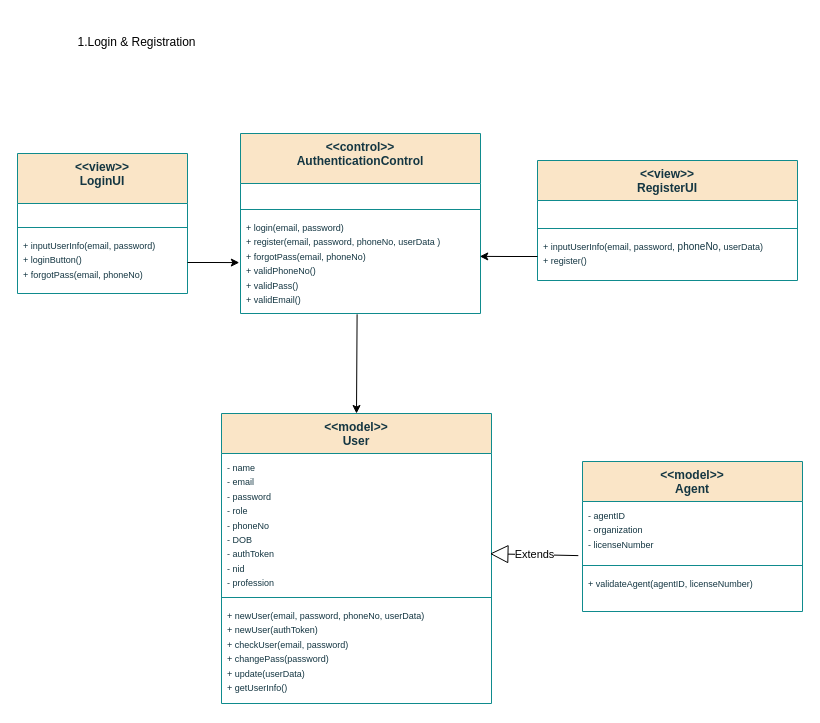
This is page "1. Login and Registration" (1 of 17) of Untitled Diagram.drawio from TH-014/CSE_326, a draw.io file, before an edit. Source tidied: cells renumbered, new cells numbered last; positions are measured from the earlier drawing's top-left corner, leaving out a move shared by most shapes. Both pictures are drawn from the tidied source at 100%, with x=0, y=0 at pixel (17, 17).
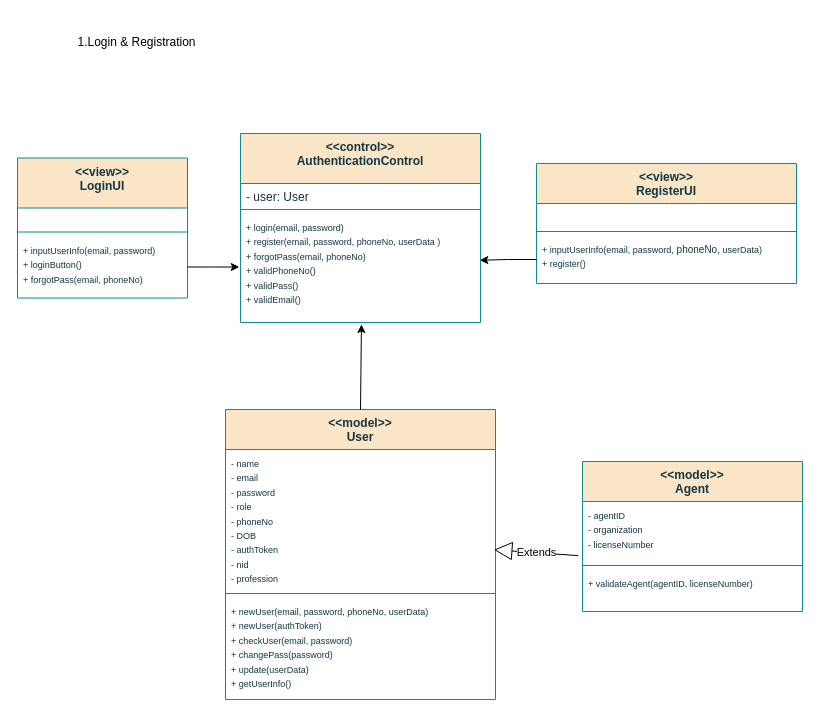
Above is the later version.

The edit, as a diff of the source:
```diff
@@
     <mxCell id="2" value="&amp;lt;&amp;lt;control&amp;gt;&amp;gt;&lt;br&gt;AuthenticationControl" style="swimlane;fontStyle=1;align=center;verticalAlign=top;horizontal=1;startSize=50;whiteSpace=wrap;html=1;labelBackgroundColor=none;fillColor=#FAE5C7;strokeColor=#0F8B8D;fontColor=#143642;" parent="1" vertex="1">
-      <mxGeometry x="223" y="116" width="240" height="180" as="geometry" />
+      <mxGeometry x="223" y="116" width="240" height="189" as="geometry" />
     </mxCell>
-    <mxCell id="3" value="&lt;br&gt;" style="text;strokeColor=none;fillColor=none;align=left;verticalAlign=top;spacingLeft=4;spacingRight=4;overflow=hidden;whiteSpace=wrap;html=1;labelBackgroundColor=none;fontColor=#143642;" parent="2" vertex="1">
+    <mxCell id="3" value="- user: User" style="text;strokeColor=none;fillColor=none;align=left;verticalAlign=top;spacingLeft=4;spacingRight=4;overflow=hidden;whiteSpace=wrap;html=1;labelBackgroundColor=none;fontColor=#143642;" parent="2" vertex="1">
       <mxGeometry y="50" width="240" height="22" as="geometry" />
     </mxCell>
@@
     <mxCell id="5" value="&lt;font style=&quot;&quot;&gt;&lt;font style=&quot;font-size: 9px;&quot;&gt;+ login(email, password)&lt;br&gt;+ register(email, password,&amp;nbsp;phoneNo, userData&amp;nbsp;)&lt;br&gt;+ forgotPass(email, phoneNo)&amp;nbsp;&lt;/font&gt;&lt;br&gt;&lt;/font&gt;&lt;div&gt;&lt;span style=&quot;font-size: 9px;&quot;&gt;+ validPhoneNo()&lt;/span&gt;&lt;/div&gt;&lt;div&gt;&lt;span style=&quot;font-size: 9px;&quot;&gt;+ validPass()&lt;/span&gt;&lt;span style=&quot;font-size: 9px;&quot;&gt;&lt;/span&gt;&lt;/div&gt;&lt;div&gt;&lt;span style=&quot;font-size: 9px;&quot;&gt;+ validEmail()&lt;/span&gt;&lt;span style=&quot;font-size: 9px;&quot;&gt;&lt;/span&gt;&lt;/div&gt;" style="text;strokeColor=none;fillColor=none;align=left;verticalAlign=top;spacingLeft=4;spacingRight=4;overflow=hidden;points=[[0,0.5],[1,0.5]];portConstraint=eastwest;whiteSpace=wrap;html=1;labelBackgroundColor=none;fontColor=#143642;" parent="2" vertex="1">
-      <mxGeometry y="80" width="240" height="100" as="geometry" />
+      <mxGeometry y="80" width="240" height="109" as="geometry" />
     </mxCell>
     <mxCell id="6" value="&amp;lt;&amp;lt;view&amp;gt;&amp;gt;&lt;br&gt;LoginUI" style="swimlane;fontStyle=1;align=center;verticalAlign=top;horizontal=1;startSize=50;whiteSpace=wrap;html=1;labelBackgroundColor=none;fillColor=#FAE5C7;strokeColor=#0F8B8D;fontColor=#143642;" parent="1" vertex="1">
-      <mxGeometry y="136" width="170" height="140" as="geometry" />
+      <mxGeometry y="140.5" width="170" height="140" as="geometry" />
     </mxCell>
@@
     <mxCell id="10" value="&amp;lt;&amp;lt;model&amp;gt;&amp;gt;&lt;br&gt;User" style="swimlane;fontStyle=1;align=center;verticalAlign=top;horizontal=1;startSize=40;whiteSpace=wrap;html=1;labelBackgroundColor=none;fillColor=#FAE5C7;strokeColor=#0F8B8D;fontColor=#143642;" parent="1" vertex="1">
-      <mxGeometry x="204" y="396" width="270" height="290" as="geometry" />
+      <mxGeometry x="208" y="392" width="270" height="290" as="geometry" />
     </mxCell>
@@
     <mxCell id="15" value="&amp;lt;&amp;lt;view&amp;gt;&amp;gt;&lt;br style=&quot;border-color: var(--border-color);&quot;&gt;RegisterUI" style="swimlane;fontStyle=1;align=center;verticalAlign=top;horizontal=1;startSize=40;whiteSpace=wrap;html=1;labelBackgroundColor=none;fillColor=#FAE5C7;strokeColor=#0F8B8D;fontColor=#143642;" parent="1" vertex="1">
-      <mxGeometry x="520" y="143" width="260" height="120" as="geometry" />
+      <mxGeometry x="519" y="146" width="260" height="120" as="geometry" />
     </mxCell>
@@
-    <mxCell id="22" style="endArrow=classic;html=1;rounded=0;entryX=0.5;entryY=0;entryDx=0;entryDy=0;exitX=0.486;exitY=1.008;exitDx=0;exitDy=0;exitPerimeter=0;" parent="1" edge="1" target="10">
-      <mxGeometry relative="1" as="geometry">
-        <mxPoint x="339.6" y="296.8" as="sourcePoint" />
-      </mxGeometry>
-    </mxCell>
@@
+    <mxCell id="29" style="endArrow=classic;html=1;rounded=0;entryX=0.504;entryY=1.018;entryDx=0;entryDy=0;entryPerimeter=0;exitX=0.5;exitY=0;exitDx=0;exitDy=0;" parent="1" edge="1" source="10" target="5">
+      <mxGeometry relative="1" as="geometry" />
+    </mxCell>
```
